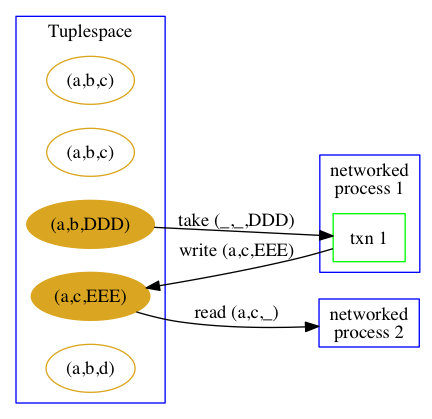
Above: docs/diagrams/tmp/space.png in perms-redux-org/sample_script (Graphviz), before the change. Its source is kept beside it as docs/diagrams/space.gv.
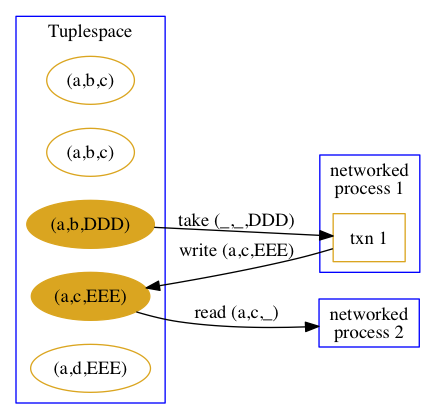
After the commit.

Change to the diagram source:
```diff
@@ -15,13 +15,13 @@
     obj2[label="(a,b,c)", shape="oval", color="goldenrod"];
     obj3[label="(a,b,DDD)", shape="oval", color="goldenrod", style="filled"];
     obj4[label="(a,c,EEE)", shape="oval", color="goldenrod", style="filled"];
-    obj5[label="(a,b,d)", shape="oval", color="goldenrod"];
+    obj5[label="(a,d,EEE)", shape="oval", color="goldenrod"];
   }
   subgraph cluster1 {
     labelloc="t"
     color = "blue"
     label = "networked\nprocess 1"
-    txn1[label="txn 1", shape="box", color="green"];
+    txn1[label="txn 1", shape="box", color="goldenrod"];
   }
   process2[label="networked\nprocess 2", shape="box", color="blue"];
   obj3 -> txn1[label="take (_,_,DDD)"]
```
